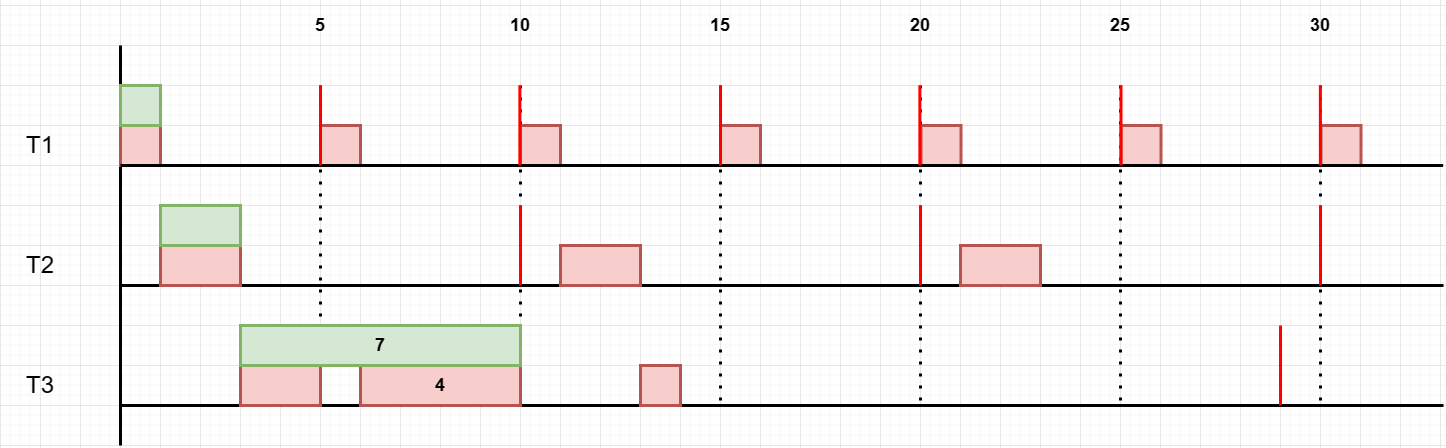
This is TPs_scheduling/diagrammes-td1_ex1_c.drawio.png from FlorianLatapie/PNS-SI4-S8_Capteurs_actionneurs_-_IA, a draw.io export, as it was before one commit. Source tidied: cells renumbered, new cells last; positions are measured from the earlier drawing's top-left corner, leaving out a move shared by most shapes.
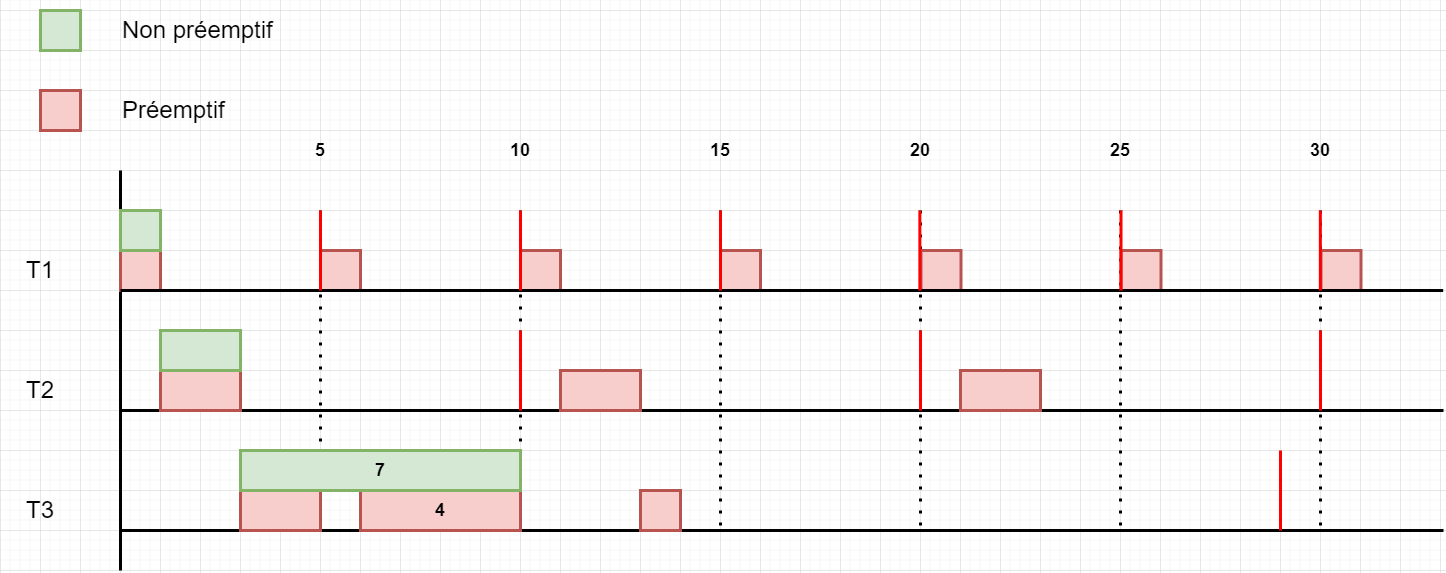
After the commit.

Change to the diagram source:
```diff
@@ -130,8 +130,8 @@
     </mxCell>
     <mxCell id="33" style="endArrow=none;html=1;rounded=0;strokeWidth=3;fillColor=#f8cecc;strokeColor=#FF0000;" parent="1" edge="1">
       <mxGeometry relative="1" as="geometry">
-        <mxPoint x="519.4" y="160" as="sourcePoint" />
-        <mxPoint x="519.4" y="80" as="targetPoint" />
+        <mxPoint x="520" y="160" as="sourcePoint" />
+        <mxPoint x="520" y="80" as="targetPoint" />
       </mxGeometry>
     </mxCell>
     <mxCell id="34" style="endArrow=none;html=1;rounded=0;strokeWidth=3;fillColor=#f8cecc;strokeColor=#FF0000;" parent="1" edge="1">
@@ -197,5 +197,17 @@
         <mxPoint x="1280" y="320" as="targetPoint" />
       </mxGeometry>
     </mxCell>
+    <mxCell id="47" style="rounded=0;whiteSpace=wrap;html=1;strokeWidth=3;fillColor=#d5e8d4;strokeColor=#82b366;" parent="1" vertex="1">
+      <mxGeometry x="40" y="-120" width="40" height="40" as="geometry" />
+    </mxCell>
+    <mxCell id="48" style="rounded=0;whiteSpace=wrap;html=1;strokeWidth=3;fillColor=#f8cecc;strokeColor=#b85450;" parent="1" vertex="1">
+      <mxGeometry x="40" y="-40" width="40" height="40" as="geometry" />
+    </mxCell>
+    <mxCell id="49" value="&lt;h1&gt;&lt;span style=&quot;font-weight: normal;&quot;&gt;Non préemptif&lt;/span&gt;&lt;/h1&gt;" style="text;html=1;strokeColor=none;fillColor=none;align=left;verticalAlign=middle;whiteSpace=wrap;rounded=0;" parent="1" vertex="1">
+      <mxGeometry x="120" y="-120" width="160" height="40" as="geometry" />
+    </mxCell>
+    <mxCell id="50" value="&lt;h1&gt;&lt;span style=&quot;font-weight: normal;&quot;&gt;Préemptif&lt;/span&gt;&lt;/h1&gt;" style="text;html=1;strokeColor=none;fillColor=none;align=left;verticalAlign=middle;whiteSpace=wrap;rounded=0;" parent="1" vertex="1">
+      <mxGeometry x="120" y="-40" width="160" height="40" as="geometry" />
+    </mxCell>
   </root>
 </mxGraphModel>
```
